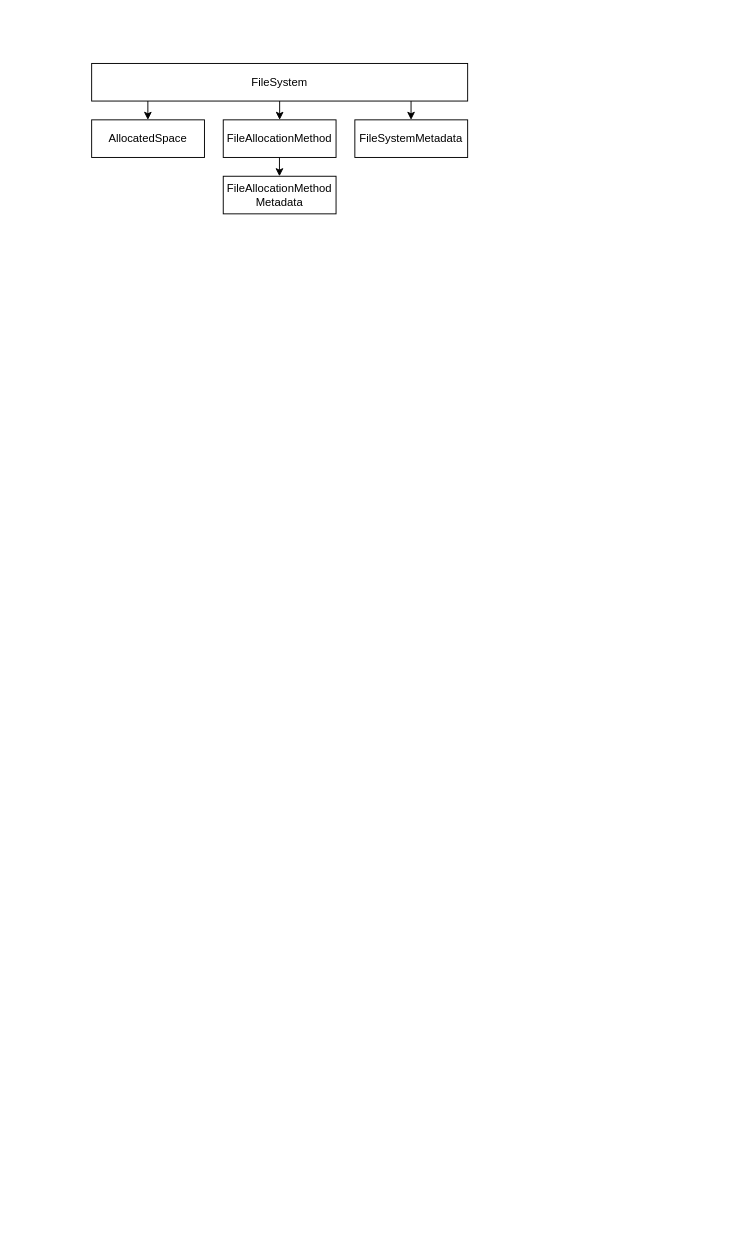
This is etc/fs_arch.drawio from vdlald/file-system, a draw.io file, before an edit. Source tidied: cells renumbered, new cells numbered last; positions are measured from the earlier drawing's top-left corner, leaving out a move shared by most shapes. Both pictures are drawn from the tidied source at 94%, with x=0, y=0 at pixel (91, 63).
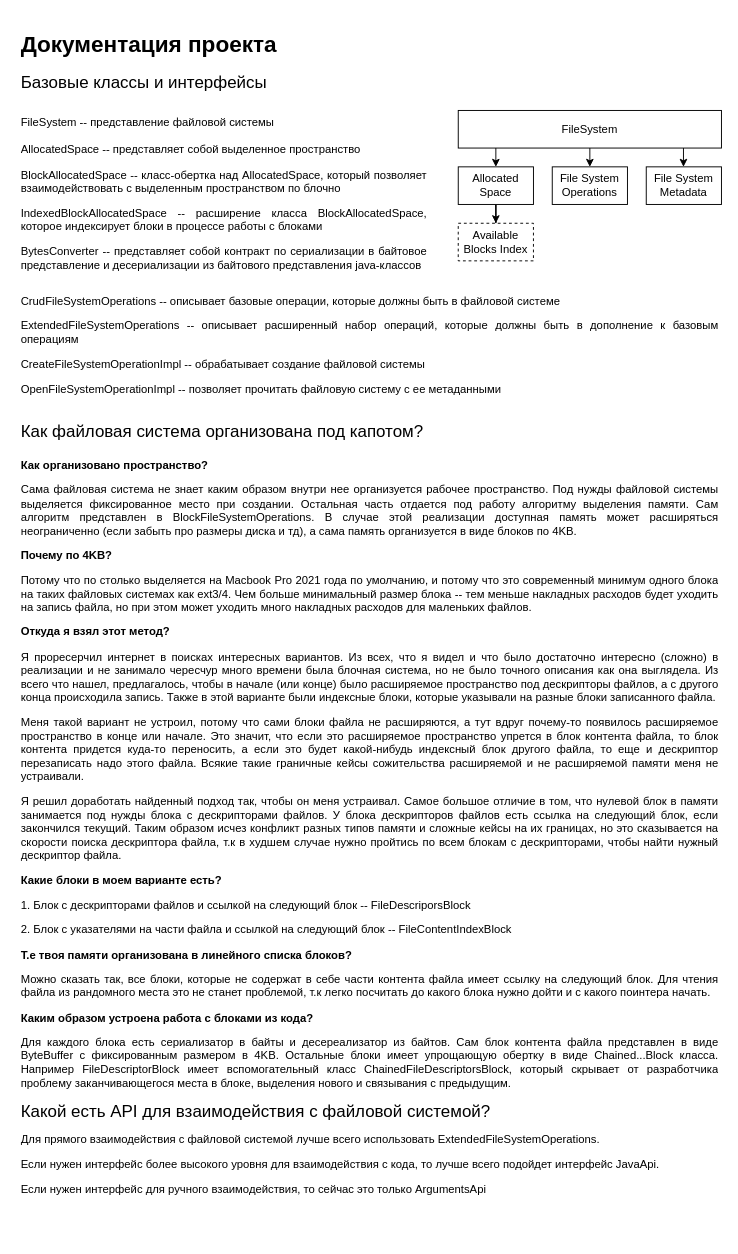
After the change.

What changed in the source:
```diff
@@
 <mxGraphModel>
   <root>
     <mxCell id="0" />
     <mxCell id="1" parent="0" />
     <mxCell id="2" value="FileSystem" style="rounded=0;whiteSpace=wrap;html=1;" parent="1" vertex="1">
-      <mxGeometry width="400" height="40" as="geometry" />
+      <mxGeometry x="390" y="50" width="280" height="40" as="geometry" />
     </mxCell>
+    <mxCell id="11" style="edgeStyle=orthogonalEdgeStyle;rounded=0;jettySize=auto;html=1;" parent="1" edge="1" source="3" target="13">
+      <mxGeometry relative="1" as="geometry" />
+    </mxCell>
-    <mxCell id="3" value="AllocatedSpace" style="rounded=0;whiteSpace=wrap;html=1;" parent="1" vertex="1">
-      <mxGeometry y="60" width="120" height="40" as="geometry" />
+    <mxCell id="3" value="Allocated Space" style="rounded=0;whiteSpace=wrap;html=1;" parent="1" vertex="1">
+      <mxGeometry x="390" y="110" width="80" height="40" as="geometry" />
     </mxCell>
-    <mxCell id="4" value="FileAllocationMethod" style="rounded=0;whiteSpace=wrap;html=1;" parent="1" vertex="1">
-      <mxGeometry x="140" y="60" width="120" height="40" as="geometry" />
+    <mxCell id="4" value="File System Operations" style="rounded=0;whiteSpace=wrap;html=1;" parent="1" vertex="1">
+      <mxGeometry x="490" y="110" width="80" height="40" as="geometry" />
     </mxCell>
-    <mxCell id="5" value="FileSystemMetadata&lt;br&gt;" style="rounded=0;whiteSpace=wrap;html=1;" parent="1" vertex="1">
-      <mxGeometry x="280" y="60" width="120" height="40" as="geometry" />
+    <mxCell id="5" value="File System&lt;br&gt;Metadata" style="rounded=0;whiteSpace=wrap;html=1;" parent="1" vertex="1">
+      <mxGeometry x="590" y="110" width="80" height="40" as="geometry" />
     </mxCell>
-    <mxCell id="6" value="FileAllocationMethod&lt;br&gt;Metadata" style="rounded=0;whiteSpace=wrap;html=1;" parent="1" vertex="1">
-      <mxGeometry x="140" y="120" width="120" height="40" as="geometry" />
-    </mxCell>
     <mxCell id="7" style="endArrow=classic;html=1;rounded=0;exitX=0.5;exitY=1;exitDx=0;exitDy=0;entryX=0.5;entryY=0;entryDx=0;entryDy=0;" parent="1" edge="1" source="2" target="4">
       <mxGeometry relative="1" as="geometry" />
     </mxCell>
     <mxCell id="8" style="endArrow=classic;html=1;rounded=0;exitX=0.5;exitY=1;exitDx=0;exitDy=0;entryX=0.5;entryY=0;entryDx=0;entryDy=0;" parent="1" edge="1">
       <mxGeometry relative="1" as="geometry">
-        <mxPoint x="59.8" y="40" as="sourcePoint" />
-        <mxPoint x="59.8" y="60" as="targetPoint" />
+        <mxPoint x="430" y="90" as="sourcePoint" />
+        <mxPoint x="430" y="110" as="targetPoint" />
       </mxGeometry>
     </mxCell>
     <mxCell id="9" style="endArrow=classic;html=1;rounded=0;exitX=0.5;exitY=1;exitDx=0;exitDy=0;entryX=0.5;entryY=0;entryDx=0;entryDy=0;" parent="1" edge="1">
       <mxGeometry relative="1" as="geometry">
-        <mxPoint x="339.8" y="40" as="sourcePoint" />
-        <mxPoint x="339.8" y="60" as="targetPoint" />
+        <mxPoint x="629.6" y="90" as="sourcePoint" />
+        <mxPoint x="629.6" y="110" as="targetPoint" />
       </mxGeometry>
     </mxCell>
-    <mxCell id="10" style="endArrow=classic;html=1;rounded=0;exitX=0.5;exitY=1;exitDx=0;exitDy=0;entryX=0.5;entryY=0;entryDx=0;entryDy=0;" parent="1" edge="1">
-      <mxGeometry relative="1" as="geometry">
-        <mxPoint x="199.8" y="100" as="sourcePoint" />
-        <mxPoint x="199.8" y="120" as="targetPoint" />
-      </mxGeometry>
-    </mxCell>
+    <mxCell id="12" value="&lt;h1 style=&quot;text-align: justify;&quot;&gt;Документация проекта&lt;/h1&gt;&lt;h1 style=&quot;text-align: justify;&quot;&gt;&lt;p style=&quot;font-size: 12px; font-weight: 400;&quot;&gt;&lt;font style=&quot;font-size: 18px;&quot;&gt;Базовые классы и интерфейсы&lt;/font&gt;&lt;/p&gt;&lt;span style=&quot;font-size: 12px; font-weight: 400;&quot;&gt;FileSystem -- п&lt;/span&gt;&lt;span style=&quot;font-size: 12px; font-weight: 400; background-color: initial;&quot;&gt;редставление файловой системы&lt;/span&gt;&lt;span style=&quot;font-size: 12px; font-weight: 400;&quot;&gt;&lt;br&gt;&lt;/span&gt;&lt;p style=&quot;font-size: 12px; font-weight: 400;&quot;&gt;AllocatedSpace -- представляет собой выделенное пространство&amp;nbsp;&lt;/p&gt;&lt;p style=&quot;font-size: 12px; font-weight: 400;&quot;&gt;&lt;span style=&quot;background-color: initial;&quot;&gt;BlockAllocatedSpace -- класс-обертка над AllocatedSpace, который позволяет взаимодействовать с выделенным пространством по блочно&lt;/span&gt;&lt;/p&gt;&lt;p style=&quot;font-size: 12px; font-weight: 400;&quot;&gt;IndexedBlockAllocatedSpace -- расширение класса BlockAllocatedSpace, которое индексирует блоки в процессе работы с блоками&lt;/p&gt;&lt;p style=&quot;font-size: 12px; font-weight: 400;&quot;&gt;BytesConverter -- представляет собой контракт по сериализации в байтовое представление и десериализации из байтового представления java-классов&amp;nbsp;&lt;/p&gt;&lt;p style=&quot;font-size: 12px; font-weight: 400;&quot;&gt;&lt;br&gt;&lt;/p&gt;&lt;/h1&gt;" style="text;html=1;strokeColor=none;fillColor=none;spacing=5;spacingTop=-20;whiteSpace=wrap;overflow=hidden;rounded=0;" parent="1" vertex="1">
+      <mxGeometry x="-80" y="-40" width="440" height="280" as="geometry" />
+    </mxCell>
+    <mxCell id="13" value="Available Blocks Index" style="rounded=0;whiteSpace=wrap;html=1;dashed=1;" parent="1" vertex="1">
+      <mxGeometry x="390" y="170" width="80" height="40" as="geometry" />
+    </mxCell>
+    <mxCell id="14" value="&lt;h1 style=&quot;&quot;&gt;&lt;p style=&quot;text-align: justify; font-size: 12px; font-weight: 400;&quot;&gt;CrudFileSystemOperations -- описывает базовые операции, которые должны быть в файловой системе&lt;/p&gt;&lt;p style=&quot;text-align: justify; font-size: 12px; font-weight: 400;&quot;&gt;ExtendedFileSystemOperations -- описывает расширенный набор операций, которые должны быть в дополнение к базовым операциям&lt;/p&gt;&lt;p style=&quot;text-align: justify; font-size: 12px; font-weight: 400;&quot;&gt;CreateFileSystemOperationImpl -- обрабатывает создание файловой системы&lt;/p&gt;&lt;p style=&quot;text-align: justify; font-size: 12px; font-weight: 400;&quot;&gt;OpenFileSystemOperationImpl -- позволяет прочитать файловую систему с ее метаданными&lt;/p&gt;&lt;/h1&gt;" style="text;html=1;strokeColor=none;fillColor=none;spacing=5;spacingTop=-20;whiteSpace=wrap;overflow=hidden;rounded=0;align=left;" parent="1" vertex="1">
+      <mxGeometry x="-80" y="240" width="750" height="120" as="geometry" />
+    </mxCell>
+    <mxCell id="15" value="&lt;h1&gt;&lt;span style=&quot;font-size: 18px; font-weight: normal;&quot;&gt;Как файловая система организована под капотом?&lt;/span&gt;&lt;/h1&gt;&lt;p style=&quot;text-align: justify;&quot;&gt;&lt;b&gt;Как организовано пространство?&lt;/b&gt;&lt;/p&gt;&lt;p style=&quot;text-align: justify;&quot;&gt;Сама файловая система не знает каким образом внутри нее организуется рабочее пространство. Под нужды файловой системы выделяется фиксированное место при создании. Остальная часть отдается под работу алгоритму выделения памяти. Сам алгоритм представлен в BlockFileSystemOperations. В случае этой реализации доступная память может расширяться неограниченно (если забыть про размеры диска и тд), а сама память организуется в виде блоков по 4KB.&amp;nbsp;&lt;/p&gt;&lt;p style=&quot;text-align: justify;&quot;&gt;&lt;b&gt;Почему по 4KB?&amp;nbsp;&lt;/b&gt;&lt;/p&gt;&lt;p style=&quot;text-align: justify;&quot;&gt;Потому что по столько выделяется на Macbook Pro 2021 года по умолчанию, и потому что это современный минимум одного блока на таких файловых системах как ext3/4. Чем больше минимальный размер блока -- тем меньше накладных расходов будет уходить на запись файла, но при этом может уходить много накладных расходов для маленьких файлов.&amp;nbsp;&lt;/p&gt;&lt;p style=&quot;text-align: justify;&quot;&gt;&lt;b&gt;Откуда я взял этот метод?&lt;/b&gt;&lt;/p&gt;&lt;p style=&quot;text-align: justify;&quot;&gt;Я проресерчил интернет в поисках интересных вариантов. Из всех, что я видел и что было достаточно интересно (сложно) в реализации и не занимало чересчур много времени была блочная система, но не было точного описания как она выглядела. Из всего что нашел, предлагалось, чтобы в начале (или конце) было расширяемое пространство под дескрипторы файлов, а с другого конца происходила запись. Также в этой варианте были индексные блоки, которые указывали на разные блоки записанного файла.&lt;/p&gt;&lt;p style=&quot;text-align: justify;&quot;&gt;Меня такой вариант не устроил, потому что с&lt;span style=&quot;background-color: initial;&quot;&gt;ами блоки файла не расширяются, а тут вдруг почему-то появилось расширяемое пространство в конце или начале. Это значит, что если это расширяемое пространство упрется в блок контента файла, то блок контента придется куда-то переносить, а если это будет какой-нибудь индексный блок другого файла, то еще и дескриптор перезаписать надо этого файла. Всякие такие граничные кейсы сожительства расширяемой и не расширяемой памяти меня не устраивали.&lt;/span&gt;&lt;/p&gt;&lt;p style=&quot;text-align: justify;&quot;&gt;Я решил доработать найденный подход так, чтобы он меня устраивал. Самое большое отличие в том, что нулевой блок в памяти занимается под нужды блока с дескрипторами файлов. У блока дескрипторов файлов есть ссылка на следующий блок, если закончился текущий. Таким образом исчез конфликт разных типов памяти и сложные кейсы на их границах, но это сказывается на скорости поиска дескриптора файла, т.к в худшем случае нужно пройтись по всем блокам с дескрипторами, чтобы найти нужный дескриптор файла.&amp;nbsp;&lt;/p&gt;&lt;p style=&quot;text-align: justify;&quot;&gt;&lt;b&gt;Какие блоки в моем варианте есть?&lt;/b&gt;&lt;/p&gt;&lt;p style=&quot;text-align: justify;&quot;&gt;1. Блок с дескрипторами файлов и ссылкой на следующий блок -- FileDescriporsBlock&lt;/p&gt;&lt;p style=&quot;text-align: justify;&quot;&gt;2. Блок с указателями на части файла и ссылкой на следующий блок -- FileContentIndexBlock&lt;/p&gt;&lt;p style=&quot;text-align: justify;&quot;&gt;&lt;b&gt;Т.е твоя памяти организована в линейного списка блоков?&lt;/b&gt;&lt;/p&gt;&lt;p style=&quot;text-align: justify;&quot;&gt;Можно сказать так, все блоки, которые не содержат в себе части контента файла имеет ссылку на следующий блок. Для чтения файла из рандомного места это не станет проблемой, т.к легко посчитать до какого блока нужно дойти и с какого поинтера начать.&lt;/p&gt;&lt;p style=&quot;text-align: justify;&quot;&gt;&lt;b style=&quot;background-color: initial;&quot;&gt;Каким образом устроена работа с блоками из кода?&lt;/b&gt;&lt;br&gt;&lt;/p&gt;&lt;p style=&quot;text-align: justify;&quot;&gt;Для каждого блока есть сериализатор в байты и десереализатор из байтов. Сам блок контента файла представлен в виде ByteBuffer с фиксированным размером в 4KB. Остальные блоки имеет упрощающую обертку в виде Chained...Block класса. Например FileDescriptorBlock имеет вспомогательный класс ChainedFileDescriptorsBlock, который скрывает от разработчика проблему заканчивающегося места в блоке, выделения нового и связывания с предыдущим.&lt;/p&gt;&lt;h1 style=&quot;font-size: 18px;&quot;&gt;&lt;span style=&quot;font-weight: 400;&quot;&gt;Какой есть API для взаимодействия с файловой системой?&lt;/span&gt;&lt;/h1&gt;&lt;p&gt;Для прямого взаимодействия с файловой системой лучше всего использовать ExtendedFileSystemOperations.&amp;nbsp;&lt;/p&gt;&lt;p&gt;Если нужен интерфейс более высокого уровня для взаимодействия с кода, то лучше всего подойдет интерфейс JavaApi.&amp;nbsp;&lt;/p&gt;&lt;p&gt;Если нужен интерфейс для ручного взаимодействия, то сейчас это только ArgumentsApi&lt;/p&gt;" style="text;html=1;strokeColor=none;fillColor=none;spacing=5;spacingTop=-20;whiteSpace=wrap;overflow=hidden;rounded=0;" parent="1" vertex="1">
+      <mxGeometry x="-80" y="370" width="750" height="880" as="geometry" />
+    </mxCell>
   </root>
 </mxGraphModel>
```
